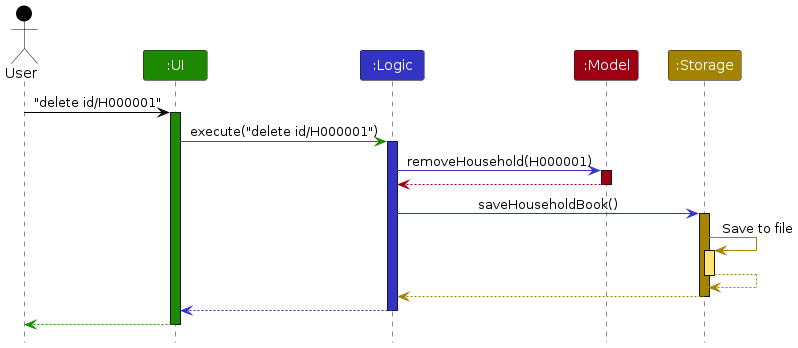
Above: diagrams/ArchitectureSequenceDiagram.png in AY2425S2-CS2103T-F10-2/tp (PlantUML), before the change. Its source is kept beside it as diagrams/ArchitectureSequenceDiagram.puml. Its diagram source:
```plantuml
@startuml
!include style.puml
skinparam ArrowFontStyle plain

Actor User as user USER_COLOR
Participant ":UI" as ui UI_COLOR
Participant ":Logic" as logic LOGIC_COLOR
Participant ":Model" as model MODEL_COLOR
Participant ":Storage" as storage STORAGE_COLOR

user -[USER_COLOR]> ui : "delete id/H000001"
activate ui UI_COLOR

ui -[UI_COLOR]> logic : execute("delete id/H000001")
activate logic LOGIC_COLOR

logic -[LOGIC_COLOR]> model : removeHousehold(H000001)
activate model MODEL_COLOR

model -[MODEL_COLOR]-> logic
deactivate model

logic -[LOGIC_COLOR]> storage : saveHouseholdBook()
activate storage STORAGE_COLOR

storage -[STORAGE_COLOR]> storage : Save to file
activate storage STORAGE_COLOR_T1
storage --[STORAGE_COLOR]> storage
deactivate storage

storage --[STORAGE_COLOR]> logic
deactivate storage

logic --[LOGIC_COLOR]> ui
deactivate logic

ui--[UI_COLOR]> user
deactivate ui
@enduml
```
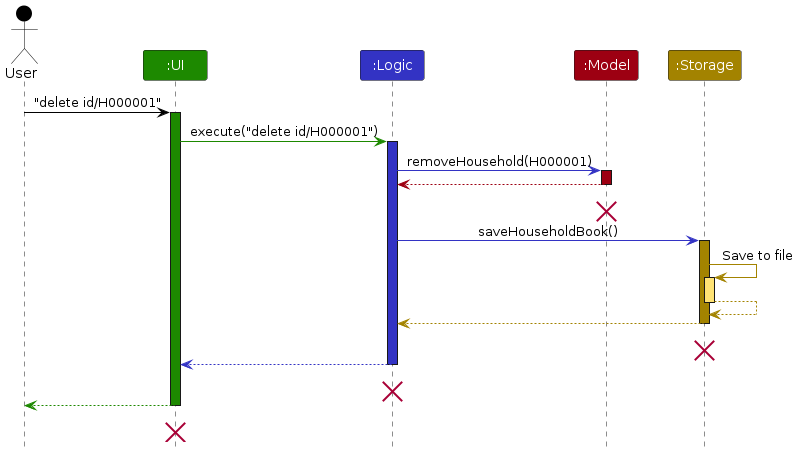
The same file after the commit.

Diff of the diagram source:
```diff
@@ -19,6 +19,8 @@
 
 model -[MODEL_COLOR]-> logic
 deactivate model
+model -[hidden]> model :
+destroy model
 
 logic -[LOGIC_COLOR]> storage : saveHouseholdBook()
 activate storage STORAGE_COLOR
@@ -27,13 +29,18 @@
 activate storage STORAGE_COLOR_T1
 storage --[STORAGE_COLOR]> storage
 deactivate storage
-
 storage --[STORAGE_COLOR]> logic
 deactivate storage
+storage -[hidden]> storage :
+destroy storage
 
 logic --[LOGIC_COLOR]> ui
 deactivate logic
+logic -[hidden]> logic :
+destroy logic
 
 ui--[UI_COLOR]> user
 deactivate ui
+ui -[hidden]> ui :
+destroy ui
 @enduml
```
